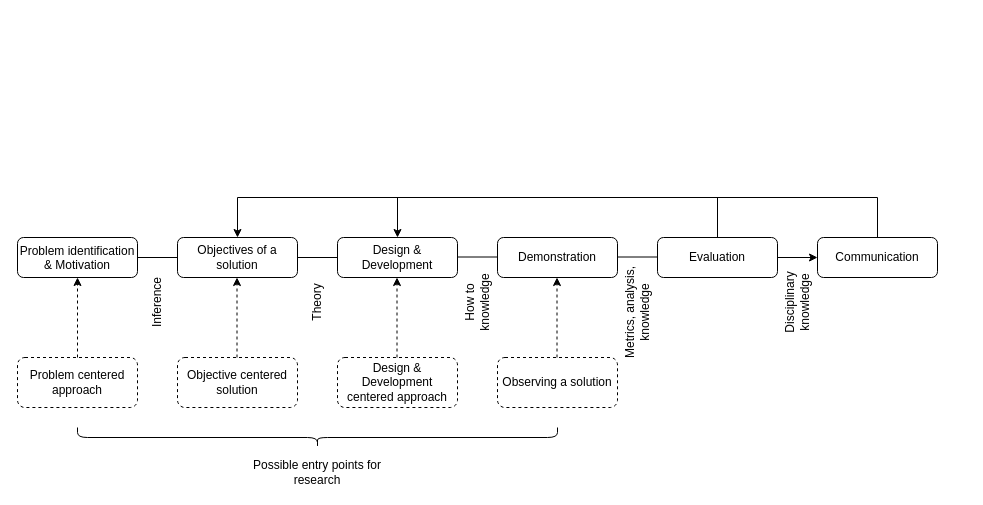
Earlier version of the draw.io diagram dsrp_for_thesis_research.drawio (devgranlund/idea-settings). Source tidied: cells renumbered, new cells numbered last; positions are measured from the earlier drawing's top-left corner, leaving out a move shared by most shapes. Both pictures are drawn from the tidied source at 100%, with x=0, y=0 at pixel (17, 197).
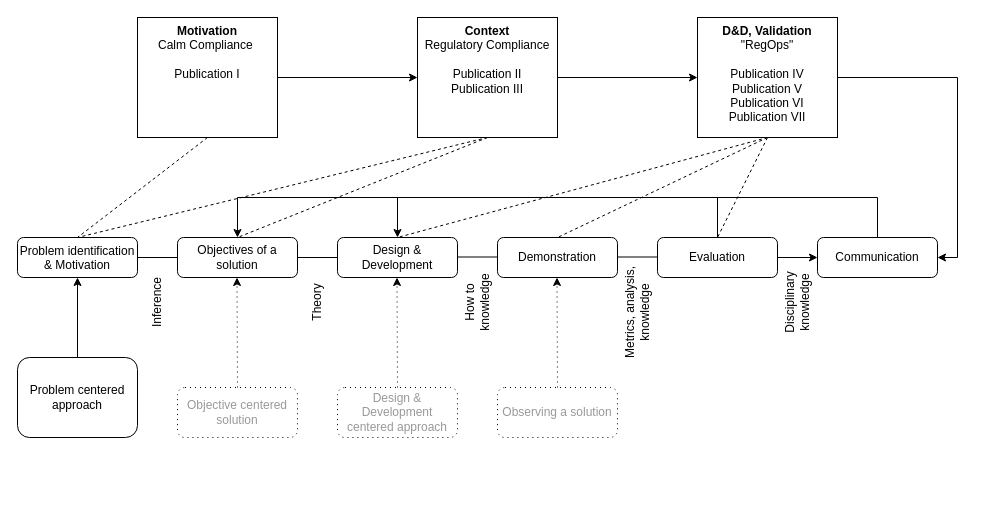
The same page after the edit.

Unchanged cells that the change refers to:
```xml
<mxCell id="2" value="Problem identification &amp;amp; Motivation" style="rounded=1;whiteSpace=wrap;html=1;fontSize=12;glass=0;strokeWidth=1;shadow=0;verticalAlign=top;" parent="1" vertex="1">
  <mxGeometry y="40" width="120" height="40" as="geometry" />
</mxCell>
<mxCell id="3" value="Objectives of a solution" style="rounded=1;whiteSpace=wrap;html=1;fontSize=12;glass=0;strokeWidth=1;shadow=0;" parent="1" vertex="1">
  <mxGeometry x="160" y="40" width="120" height="40" as="geometry" />
</mxCell>
<mxCell id="4" value="Design &amp;amp; Development" style="rounded=1;whiteSpace=wrap;html=1;fontSize=12;glass=0;strokeWidth=1;shadow=0;" parent="1" vertex="1">
  <mxGeometry x="320" y="40" width="120" height="40" as="geometry" />
</mxCell>
<mxCell id="5" value="Demonstration" style="rounded=1;whiteSpace=wrap;html=1;fontSize=12;glass=0;strokeWidth=1;shadow=0;" parent="1" vertex="1">
  <mxGeometry x="480" y="40" width="120" height="40" as="geometry" />
</mxCell>
<mxCell id="6" value="Evaluation" style="rounded=1;whiteSpace=wrap;html=1;fontSize=12;glass=0;strokeWidth=1;shadow=0;" parent="1" vertex="1">
  <mxGeometry x="640" y="40" width="120" height="40" as="geometry" />
</mxCell>
<mxCell id="7" value="Communication" style="rounded=1;whiteSpace=wrap;html=1;fontSize=12;glass=0;strokeWidth=1;shadow=0;" parent="1" vertex="1">
  <mxGeometry x="800" y="40" width="120" height="40" as="geometry" />
</mxCell>
```

Diff of the diagram source:
```diff
@@
+    <mxCell id="33" style="edgeStyle=orthogonalEdgeStyle;rounded=0;jettySize=auto;html=1;entryX=1;entryY=0.5;entryDx=0;entryDy=0;exitX=1;exitY=0.5;exitDx=0;exitDy=0;" parent="1" edge="1" source="44" target="7">
+      <mxGeometry relative="1" as="geometry" />
+    </mxCell>
@@
-    <mxCell id="23" value="Problem centered approach" style="rounded=1;whiteSpace=wrap;html=1;fontSize=12;glass=0;strokeWidth=1;shadow=0;verticalAlign=middle;dashed=1;" parent="1" vertex="1">
-      <mxGeometry y="160" width="120" height="50" as="geometry" />
+    <mxCell id="23" value="Problem centered approach" style="rounded=1;whiteSpace=wrap;html=1;fontSize=12;glass=0;strokeWidth=1;shadow=0;verticalAlign=middle;" parent="1" vertex="1">
+      <mxGeometry y="160" width="120" height="80" as="geometry" />
     </mxCell>
-    <mxCell id="24" value="Objective centered solution" style="rounded=1;whiteSpace=wrap;html=1;fontSize=12;glass=0;strokeWidth=1;shadow=0;verticalAlign=middle;dashed=1;" parent="1" vertex="1">
-      <mxGeometry x="160" y="160" width="120" height="50" as="geometry" />
+    <mxCell id="24" value="Objective centered solution" style="rounded=1;whiteSpace=wrap;html=1;fontSize=12;glass=0;strokeWidth=1;shadow=0;verticalAlign=middle;dashed=1;dashPattern=1 4;fontColor=#999999;" parent="1" vertex="1">
+      <mxGeometry x="160" y="190" width="120" height="50" as="geometry" />
     </mxCell>
-    <mxCell id="25" value="Design &amp;amp; Development centered approach" style="rounded=1;whiteSpace=wrap;html=1;fontSize=12;glass=0;strokeWidth=1;shadow=0;verticalAlign=middle;dashed=1;" parent="1" vertex="1">
-      <mxGeometry x="320" y="160" width="120" height="50" as="geometry" />
+    <mxCell id="25" value="Design &amp;amp; Development centered approach" style="rounded=1;whiteSpace=wrap;html=1;fontSize=12;glass=0;strokeWidth=1;shadow=0;verticalAlign=middle;dashed=1;dashPattern=1 4;fontColor=#999999;" parent="1" vertex="1">
+      <mxGeometry x="320" y="190" width="120" height="50" as="geometry" />
     </mxCell>
-    <mxCell id="26" value="Observing a solution" style="rounded=1;whiteSpace=wrap;html=1;fontSize=12;glass=0;strokeWidth=1;shadow=0;verticalAlign=middle;dashed=1;" parent="1" vertex="1">
-      <mxGeometry x="480" y="160" width="120" height="50" as="geometry" />
+    <mxCell id="26" value="Observing a solution" style="rounded=1;whiteSpace=wrap;html=1;fontSize=12;glass=0;strokeWidth=1;shadow=0;verticalAlign=middle;dashed=1;dashPattern=1 4;fontColor=#999999;" parent="1" vertex="1">
+      <mxGeometry x="480" y="190" width="120" height="50" as="geometry" />
     </mxCell>
-    <mxCell id="27" style="endArrow=classic;html=1;rounded=0;exitX=0.5;exitY=0;exitDx=0;exitDy=0;entryX=0.5;entryY=1;entryDx=0;entryDy=0;dashed=1;" parent="1" edge="1" source="23" target="2">
+    <mxCell id="27" style="endArrow=classic;html=1;rounded=0;exitX=0.5;exitY=0;exitDx=0;exitDy=0;entryX=0.5;entryY=1;entryDx=0;entryDy=0;" parent="1" edge="1" source="23" target="2">
       <mxGeometry relative="1" as="geometry" />
     </mxCell>
-    <mxCell id="28" style="endArrow=classic;html=1;rounded=0;exitX=0.5;exitY=0;exitDx=0;exitDy=0;entryX=0.5;entryY=1;entryDx=0;entryDy=0;dashed=1;" parent="1" edge="1">
+    <mxCell id="28" style="endArrow=classic;html=1;rounded=0;exitX=0.5;exitY=0;exitDx=0;exitDy=0;entryX=0.5;entryY=1;entryDx=0;entryDy=0;dashed=1;dashPattern=1 4;" parent="1" edge="1" source="24">
       <mxGeometry relative="1" as="geometry">
-        <mxPoint x="219.5" y="160" as="sourcePoint" />
         <mxPoint x="219.5" y="80" as="targetPoint" />
       </mxGeometry>
     </mxCell>
-    <mxCell id="29" style="endArrow=classic;html=1;rounded=0;exitX=0.5;exitY=0;exitDx=0;exitDy=0;entryX=0.5;entryY=1;entryDx=0;entryDy=0;dashed=1;" parent="1" edge="1">
+    <mxCell id="29" style="endArrow=classic;html=1;rounded=0;exitX=0.5;exitY=0;exitDx=0;exitDy=0;entryX=0.5;entryY=1;entryDx=0;entryDy=0;dashed=1;dashPattern=1 4;" parent="1" edge="1" source="25">
       <mxGeometry relative="1" as="geometry">
-        <mxPoint x="379.5" y="160" as="sourcePoint" />
         <mxPoint x="379.5" y="80" as="targetPoint" />
       </mxGeometry>
     </mxCell>
-    <mxCell id="30" style="endArrow=classic;html=1;rounded=0;exitX=0.5;exitY=0;exitDx=0;exitDy=0;entryX=0.5;entryY=1;entryDx=0;entryDy=0;dashed=1;" parent="1" edge="1">
+    <mxCell id="30" style="endArrow=classic;html=1;rounded=0;entryX=0.5;entryY=1;entryDx=0;entryDy=0;dashed=1;exitX=0.5;exitY=0;exitDx=0;exitDy=0;dashPattern=1 4;" parent="1" edge="1" source="26">
       <mxGeometry relative="1" as="geometry">
-        <mxPoint x="539.5" y="160" as="sourcePoint" />
         <mxPoint x="539.5" y="80" as="targetPoint" />
       </mxGeometry>
     </mxCell>
-    <mxCell id="31" style="shape=curlyBracket;whiteSpace=wrap;html=1;rounded=1;labelPosition=left;verticalLabelPosition=middle;align=right;verticalAlign=middle;rotation=-90;" parent="1" vertex="1">
-      <mxGeometry x="290" width="20" height="480" as="geometry" />
-    </mxCell>
-    <mxCell id="32" value="Possible entry points for research" style="text;html=1;strokeColor=none;fillColor=none;align=center;verticalAlign=middle;whiteSpace=wrap;rounded=0;" parent="1" vertex="1">
-      <mxGeometry x="220" y="260" width="160" height="30" as="geometry" />
-    </mxCell>
+    <mxCell id="34" style="edgeStyle=orthogonalEdgeStyle;rounded=0;jettySize=auto;html=1;exitX=1;exitY=0.5;exitDx=0;exitDy=0;entryX=0;entryY=0.5;entryDx=0;entryDy=0;" parent="1" edge="1" source="36" target="40">
+      <mxGeometry relative="1" as="geometry" />
+    </mxCell>
+    <mxCell id="35" style="edgeStyle=none;rounded=0;jettySize=auto;html=1;exitX=0.5;exitY=1;exitDx=0;exitDy=0;entryX=0.5;entryY=0;entryDx=0;entryDy=0;endArrow=none;endFill=0;dashed=1;" parent="1" edge="1" source="36" target="2">
+      <mxGeometry relative="1" as="geometry" />
+    </mxCell>
+    <mxCell id="36" value="&lt;b&gt;Motivation&lt;br&gt;&lt;/b&gt;Calm Compliance&amp;nbsp;&lt;br&gt;&lt;br&gt;Publication I" style="rounded=0;whiteSpace=wrap;html=1;verticalAlign=top;" parent="1" vertex="1">
+      <mxGeometry x="120" y="-180" width="140" height="120" as="geometry" />
+    </mxCell>
+    <mxCell id="37" style="edgeStyle=orthogonalEdgeStyle;rounded=0;jettySize=auto;html=1;exitX=1;exitY=0.5;exitDx=0;exitDy=0;entryX=0;entryY=0.5;entryDx=0;entryDy=0;" parent="1" edge="1" source="40" target="44">
+      <mxGeometry relative="1" as="geometry" />
+    </mxCell>
+    <mxCell id="38" style="edgeStyle=none;rounded=0;jettySize=auto;html=1;exitX=0.5;exitY=1;exitDx=0;exitDy=0;entryX=0.5;entryY=0;entryDx=0;entryDy=0;endArrow=none;endFill=0;dashed=1;" parent="1" edge="1" source="40" target="2">
+      <mxGeometry relative="1" as="geometry" />
+    </mxCell>
+    <mxCell id="39" style="edgeStyle=none;rounded=0;jettySize=auto;html=1;exitX=0.5;exitY=1;exitDx=0;exitDy=0;entryX=0.5;entryY=0;entryDx=0;entryDy=0;endArrow=none;endFill=0;dashed=1;" parent="1" edge="1" source="40" target="3">
+      <mxGeometry relative="1" as="geometry" />
+    </mxCell>
+    <mxCell id="40" value="&lt;b&gt;Context&lt;/b&gt;&lt;br&gt;Regulatory Compliance&lt;br&gt;&lt;br&gt;Publication II&lt;br&gt;Publication III" style="rounded=0;whiteSpace=wrap;html=1;verticalAlign=top;" parent="1" vertex="1">
+      <mxGeometry x="400" y="-180" width="140" height="120" as="geometry" />
+    </mxCell>
+    <mxCell id="41" style="edgeStyle=none;rounded=0;jettySize=auto;html=1;exitX=0.5;exitY=1;exitDx=0;exitDy=0;entryX=0.5;entryY=0;entryDx=0;entryDy=0;endArrow=none;endFill=0;dashed=1;" parent="1" edge="1" source="44" target="4">
+      <mxGeometry relative="1" as="geometry" />
+    </mxCell>
+    <mxCell id="42" style="edgeStyle=none;rounded=0;jettySize=auto;html=1;exitX=0.5;exitY=1;exitDx=0;exitDy=0;entryX=0.5;entryY=0;entryDx=0;entryDy=0;endArrow=none;endFill=0;dashed=1;" parent="1" edge="1" source="44" target="5">
+      <mxGeometry relative="1" as="geometry" />
+    </mxCell>
+    <mxCell id="43" style="edgeStyle=none;rounded=0;jettySize=auto;html=1;exitX=0.5;exitY=1;exitDx=0;exitDy=0;entryX=0.5;entryY=0;entryDx=0;entryDy=0;endArrow=none;endFill=0;dashed=1;" parent="1" edge="1" source="44" target="6">
+      <mxGeometry relative="1" as="geometry" />
+    </mxCell>
+    <mxCell id="44" value="&lt;b&gt;D&amp;amp;D, Validation&lt;/b&gt;&lt;br&gt;&quot;RegOps&quot;&lt;br&gt;&lt;br&gt;Publication IV&lt;br&gt;Publication V&lt;br&gt;Publication VI&lt;br&gt;Publication VII" style="rounded=0;whiteSpace=wrap;html=1;verticalAlign=top;" parent="1" vertex="1">
+      <mxGeometry x="680" y="-180" width="140" height="120" as="geometry" />
+    </mxCell>
```
